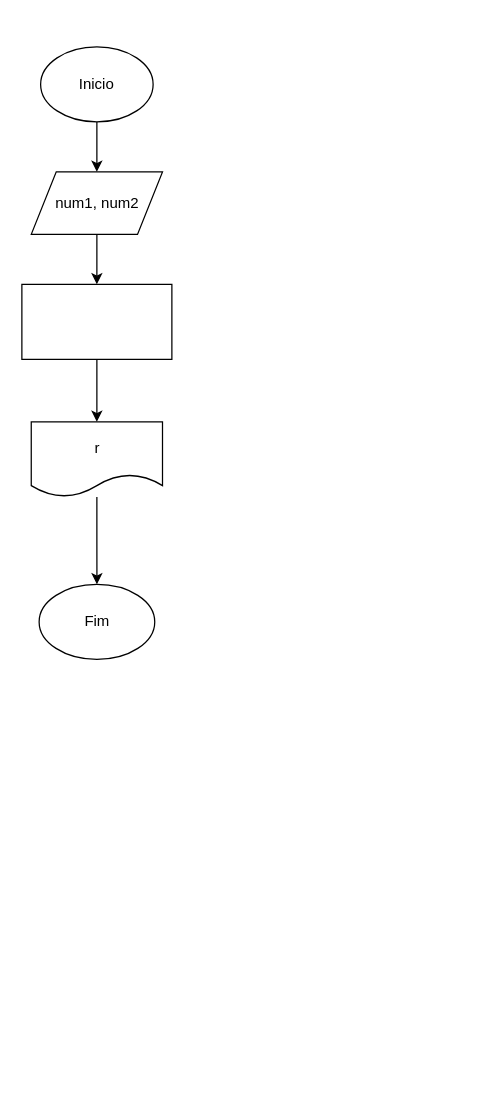
Before: ex6.drawio in luanayasmim/repos-cap-unasp, a draw.io diagram. Source tidied: cells renumbered, new cells numbered last; positions are measured from the earlier drawing's top-left corner, leaving out a move shared by most shapes. Both pictures are drawn from the tidied source at 125%, with x=0, y=0 at pixel (21, 46).
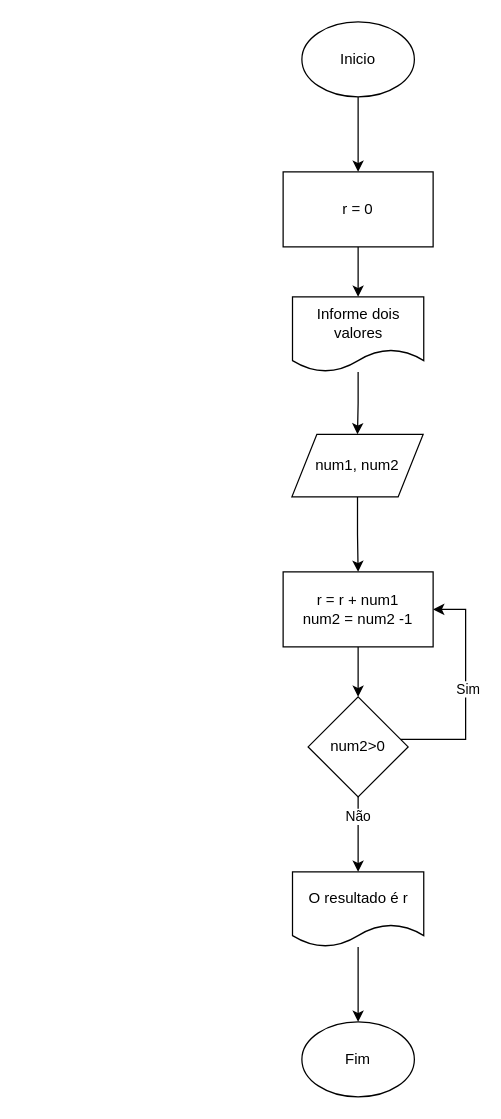
Above is the later version.

Diff of the diagram source:
```diff
@@
-    <mxCell id="2" style="edgeStyle=orthogonalEdgeStyle;rounded=0;jettySize=auto;html=1;" parent="1" edge="1" source="3" target="5">
-      <mxGeometry relative="1" as="geometry" />
-    </mxCell>
+    <mxCell id="11" style="edgeStyle=orthogonalEdgeStyle;rounded=0;jettySize=auto;html=1;" parent="1" edge="1" source="3" target="22">
+      <mxGeometry relative="1" as="geometry" />
+    </mxCell>
     <mxCell id="3" value="Inicio" style="ellipse;whiteSpace=wrap;html=1;" parent="1" vertex="1">
-      <mxGeometry x="15" width="90" height="60" as="geometry" />
+      <mxGeometry x="224" y="-20" width="90" height="60" as="geometry" />
     </mxCell>
-    <mxCell id="4" style="edgeStyle=orthogonalEdgeStyle;rounded=0;jettySize=auto;html=1;" parent="1" edge="1" source="5" target="7">
+    <mxCell id="4" style="edgeStyle=orthogonalEdgeStyle;rounded=0;jettySize=auto;html=1;entryX=0.5;entryY=0;entryDx=0;entryDy=0;" parent="1" edge="1" source="5" target="20">
       <mxGeometry relative="1" as="geometry" />
     </mxCell>
     <mxCell id="5" value="num1, num2" style="shape=parallelogram;perimeter=parallelogramPerimeter;whiteSpace=wrap;html=1;fixedSize=1;" parent="1" vertex="1">
-      <mxGeometry x="7.5" y="100" width="105" height="50" as="geometry" />
+      <mxGeometry x="216" y="310" width="105" height="50" as="geometry" />
     </mxCell>
-    <mxCell id="6" style="edgeStyle=orthogonalEdgeStyle;rounded=0;jettySize=auto;html=1;" parent="1" edge="1" source="7" target="9">
-      <mxGeometry relative="1" as="geometry" />
-    </mxCell>
-    <mxCell id="7" style="rounded=0;whiteSpace=wrap;html=1;" parent="1" vertex="1">
-      <mxGeometry y="190" width="120" height="60" as="geometry" />
-    </mxCell>
-    <mxCell id="8" style="edgeStyle=orthogonalEdgeStyle;rounded=0;jettySize=auto;html=1;" parent="1" edge="1" source="9" target="10">
-      <mxGeometry relative="1" as="geometry" />
-    </mxCell>
-    <mxCell id="9" value="r" style="shape=document;whiteSpace=wrap;html=1;boundedLbl=1;" parent="1" vertex="1">
-      <mxGeometry x="7.5" y="300" width="105" height="60" as="geometry" />
-    </mxCell>
+    <mxCell id="12" style="edgeStyle=orthogonalEdgeStyle;rounded=0;jettySize=auto;html=1;" parent="1" edge="1" source="13" target="5">
+      <mxGeometry relative="1" as="geometry" />
+    </mxCell>
+    <mxCell id="13" value="Informe dois valores" style="shape=document;whiteSpace=wrap;html=1;boundedLbl=1;" parent="1" vertex="1">
+      <mxGeometry x="216.5" y="200" width="105" height="60" as="geometry" />
+    </mxCell>
+    <mxCell id="14" style="edgeStyle=orthogonalEdgeStyle;rounded=0;jettySize=auto;html=1;entryX=1;entryY=0.5;entryDx=0;entryDy=0;" parent="1" edge="1" source="18" target="20">
+      <mxGeometry relative="1" as="geometry">
+        <Array as="points">
+          <mxPoint x="355" y="554" />
+          <mxPoint x="355" y="450" />
+        </Array>
+      </mxGeometry>
+    </mxCell>
+    <mxCell id="15" value="Sim" style="edgeLabel;html=1;align=center;verticalAlign=middle;" parent="14" vertex="1">
+      <mxGeometry x="0.02" y="-1" relative="1" as="geometry" />
+    </mxCell>
+    <mxCell id="16" style="edgeStyle=orthogonalEdgeStyle;rounded=0;jettySize=auto;html=1;" parent="1" edge="1" source="18" target="24">
+      <mxGeometry relative="1" as="geometry" />
+    </mxCell>
+    <mxCell id="17" value="Não" style="edgeLabel;html=1;align=center;verticalAlign=middle;" parent="16" vertex="1">
+      <mxGeometry x="-0.51" y="-2" relative="1" as="geometry">
+        <mxPoint x="1" as="offset" />
+      </mxGeometry>
+    </mxCell>
+    <mxCell id="18" value="num2&amp;gt;0" style="rhombus;whiteSpace=wrap;html=1;" parent="1" vertex="1">
+      <mxGeometry x="229" y="520" width="80" height="80" as="geometry" />
+    </mxCell>
+    <mxCell id="19" style="edgeStyle=orthogonalEdgeStyle;rounded=0;jettySize=auto;html=1;" parent="1" edge="1" source="20" target="18">
+      <mxGeometry relative="1" as="geometry" />
+    </mxCell>
+    <mxCell id="20" value="r = r + num1&lt;br&gt;num2 = num2 -1" style="rounded=0;whiteSpace=wrap;html=1;" parent="1" vertex="1">
+      <mxGeometry x="209" y="420" width="120" height="60" as="geometry" />
+    </mxCell>
+    <mxCell id="21" style="edgeStyle=orthogonalEdgeStyle;rounded=0;jettySize=auto;html=1;" parent="1" edge="1" source="22" target="13">
+      <mxGeometry relative="1" as="geometry" />
+    </mxCell>
+    <mxCell id="22" value="r = 0" style="rounded=0;whiteSpace=wrap;html=1;" parent="1" vertex="1">
+      <mxGeometry x="209" y="100" width="120" height="60" as="geometry" />
+    </mxCell>
+    <mxCell id="23" style="edgeStyle=orthogonalEdgeStyle;rounded=0;jettySize=auto;html=1;" parent="1" edge="1" source="24" target="10">
+      <mxGeometry relative="1" as="geometry" />
+    </mxCell>
+    <mxCell id="24" value="O resultado é r" style="shape=document;whiteSpace=wrap;html=1;boundedLbl=1;" parent="1" vertex="1">
+      <mxGeometry x="216.5" y="660" width="105" height="60" as="geometry" />
+    </mxCell>
     <mxCell id="10" value="Fim" style="ellipse;whiteSpace=wrap;html=1;" parent="1" vertex="1">
-      <mxGeometry x="13.8" y="430" width="92.5" height="60" as="geometry" />
+      <mxGeometry x="224" y="780" width="90" height="60" as="geometry" />
     </mxCell>
```
